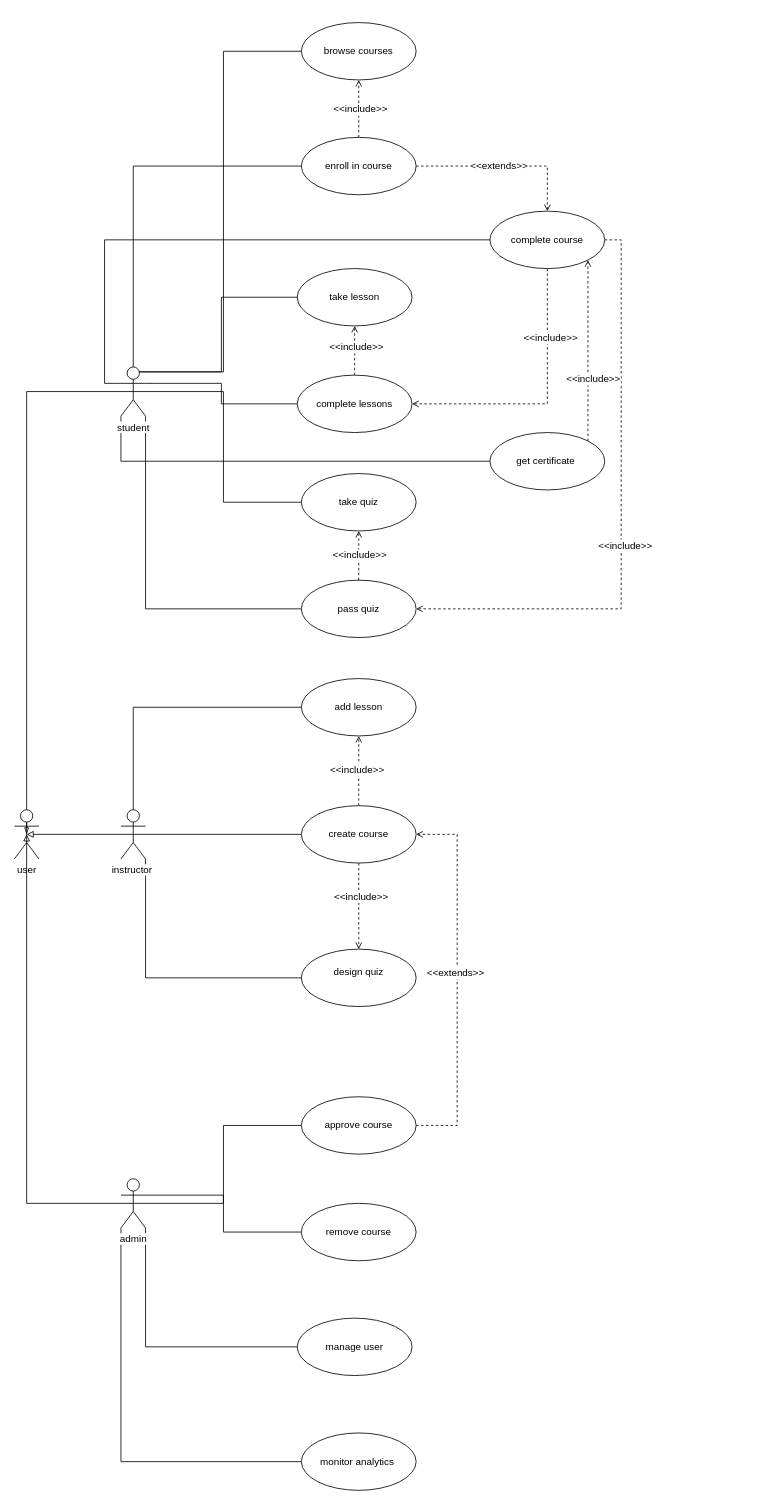
catray05/prog2_lab6 keeps this draw.io diagram as case digram.drawio. Above is the earlier version. Source tidied: cells renumbered, new cells numbered last; positions are measured from the earlier drawing's top-left corner, leaving out a move shared by most shapes. Both pictures are drawn from the tidied source at 82%, with x=0, y=0 at pixel (14, 22).
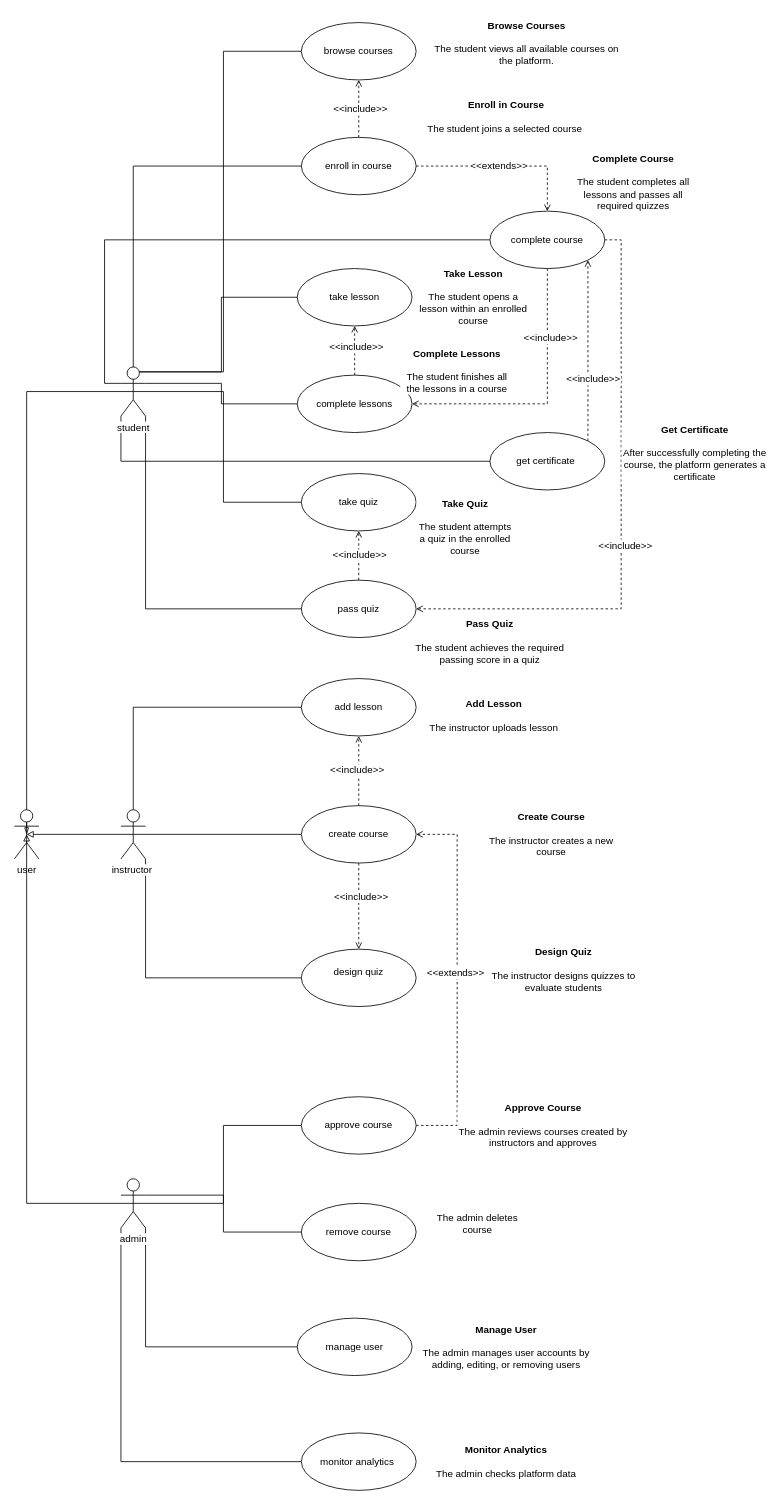
After the change.

Commit message:
Briefly described each use case

Diff of the diagram source:
```diff
@@
+    <mxCell id="61" value="&lt;strong&gt;Browse Courses&lt;/strong&gt;&lt;br&gt;&lt;br&gt;The student views all available courses on the platform.&lt;br&gt;" style="text;html=1;whiteSpace=wrap;strokeColor=none;fillColor=none;align=center;verticalAlign=middle;rounded=0;fontFamily=Helvetica;fontSize=12;fontColor=default;labelBackgroundColor=default;" parent="1" vertex="1">
+      <mxGeometry x="510" y="-10" width="230" height="70" as="geometry" />
+    </mxCell>
+    <mxCell id="62" value="&lt;strong&gt;Enroll in Course&lt;/strong&gt;&lt;br&gt;&lt;br&gt;The student joins a selected course&amp;nbsp;" style="text;html=1;whiteSpace=wrap;strokeColor=none;fillColor=none;align=center;verticalAlign=middle;rounded=0;fontFamily=Helvetica;fontSize=12;fontColor=default;labelBackgroundColor=default;" parent="1" vertex="1">
+      <mxGeometry x="485" y="100" width="230" height="30" as="geometry" />
+    </mxCell>
+    <mxCell id="63" value="&lt;strong&gt;Take Lesson&lt;/strong&gt;&lt;br&gt;&lt;br&gt;The student opens a lesson within an enrolled course" style="text;html=1;whiteSpace=wrap;strokeColor=none;fillColor=none;align=center;verticalAlign=middle;rounded=0;fontFamily=Helvetica;fontSize=12;fontColor=default;labelBackgroundColor=default;" parent="1" vertex="1">
+      <mxGeometry x="490" y="320" width="140" height="30" as="geometry" />
+    </mxCell>
+    <mxCell id="64" value="&lt;strong&gt;Complete Lessons&lt;/strong&gt;&lt;br&gt;&lt;br/&gt;The student finishes all the lessons in a course" style="text;html=1;whiteSpace=wrap;strokeColor=none;fillColor=none;align=center;verticalAlign=middle;rounded=0;fontFamily=Helvetica;fontSize=12;fontColor=default;labelBackgroundColor=default;" parent="1" vertex="1">
+      <mxGeometry x="470" y="410" width="140" height="30" as="geometry" />
+    </mxCell>
+    <mxCell id="65" value="&lt;strong&gt;Take Quiz&lt;/strong&gt;&lt;br&gt;&lt;br/&gt;The student attempts a quiz in the enrolled course" style="text;html=1;whiteSpace=wrap;strokeColor=none;fillColor=none;align=center;verticalAlign=middle;rounded=0;fontFamily=Helvetica;fontSize=12;fontColor=default;labelBackgroundColor=default;" parent="1" vertex="1">
+      <mxGeometry x="490" y="600" width="120" height="30" as="geometry" />
+    </mxCell>
+    <mxCell id="66" value="&lt;strong&gt;Pass Quiz&lt;/strong&gt;&lt;br&gt;&lt;br/&gt;The student achieves the required passing score in a quiz" style="text;html=1;whiteSpace=wrap;strokeColor=none;fillColor=none;align=center;verticalAlign=middle;rounded=0;fontFamily=Helvetica;fontSize=12;fontColor=default;labelBackgroundColor=default;" parent="1" vertex="1">
+      <mxGeometry x="485" y="740" width="190" height="30" as="geometry" />
+    </mxCell>
+    <mxCell id="67" value="&lt;strong&gt;Complete Course&lt;/strong&gt;&lt;br&gt;&lt;br/&gt;The student completes all lessons and passes all required quizzes" style="text;html=1;whiteSpace=wrap;strokeColor=none;fillColor=none;align=center;verticalAlign=middle;rounded=0;fontFamily=Helvetica;fontSize=12;fontColor=default;labelBackgroundColor=default;" parent="1" vertex="1">
+      <mxGeometry x="680" y="180" width="150" height="30" as="geometry" />
+    </mxCell>
+    <mxCell id="68" value="&lt;strong&gt;Get Certificate&lt;/strong&gt;&lt;br&gt;&lt;br/&gt;After successfully completing the course, the platform generates a certificate" style="text;html=1;whiteSpace=wrap;strokeColor=none;fillColor=none;align=center;verticalAlign=middle;rounded=0;fontFamily=Helvetica;fontSize=12;fontColor=default;labelBackgroundColor=default;" parent="1" vertex="1">
+      <mxGeometry x="740" y="510" width="180" height="30" as="geometry" />
+    </mxCell>
+    <mxCell id="69" value="&lt;strong&gt;Create Course&lt;/strong&gt;&lt;br&gt;&lt;br/&gt;The instructor creates a new course" style="text;html=1;whiteSpace=wrap;strokeColor=none;fillColor=none;align=center;verticalAlign=middle;rounded=0;fontFamily=Helvetica;fontSize=12;fontColor=default;labelBackgroundColor=default;" parent="1" vertex="1">
+      <mxGeometry x="560" y="975" width="190" height="30" as="geometry" />
+    </mxCell>
+    <mxCell id="70" value="&lt;strong&gt;Add Lesson&lt;/strong&gt;&lt;br&gt;&lt;br/&gt;The instructor uploads lesson" style="text;html=1;whiteSpace=wrap;strokeColor=none;fillColor=none;align=center;verticalAlign=middle;rounded=0;fontFamily=Helvetica;fontSize=12;fontColor=default;labelBackgroundColor=default;" parent="1" vertex="1">
+      <mxGeometry x="490" y="830" width="190" height="30" as="geometry" />
+    </mxCell>
+    <mxCell id="71" value="&lt;strong&gt;Design Quiz&lt;/strong&gt;&lt;br&gt;&lt;br/&gt;The instructor designs quizzes to evaluate students" style="text;html=1;whiteSpace=wrap;strokeColor=none;fillColor=none;align=center;verticalAlign=middle;rounded=0;fontFamily=Helvetica;fontSize=12;fontColor=default;labelBackgroundColor=default;" parent="1" vertex="1">
+      <mxGeometry x="580" y="1140" width="180" height="30" as="geometry" />
+    </mxCell>
+    <mxCell id="72" value="&lt;strong&gt;Approve Course&lt;/strong&gt;&lt;br&gt;&lt;br/&gt;The admin reviews courses created by instructors and approves" style="text;html=1;whiteSpace=wrap;strokeColor=none;fillColor=none;align=center;verticalAlign=middle;rounded=0;fontFamily=Helvetica;fontSize=12;fontColor=default;labelBackgroundColor=default;" parent="1" vertex="1">
+      <mxGeometry x="540" y="1330" width="210" height="30" as="geometry" />
+    </mxCell>
+    <mxCell id="73" value="The admin deletes course" style="text;html=1;whiteSpace=wrap;strokeColor=none;fillColor=none;align=center;verticalAlign=middle;rounded=0;fontFamily=Helvetica;fontSize=12;fontColor=default;labelBackgroundColor=default;" parent="1" vertex="1">
+      <mxGeometry x="500" y="1450" width="130" height="30" as="geometry" />
+    </mxCell>
+    <mxCell id="74" value="&lt;strong&gt;Monitor Analytics&lt;/strong&gt;&lt;br&gt;&lt;br/&gt;The admin checks platform data" style="text;html=1;whiteSpace=wrap;strokeColor=none;fillColor=none;align=center;verticalAlign=middle;rounded=0;fontFamily=Helvetica;fontSize=12;fontColor=default;labelBackgroundColor=default;" parent="1" vertex="1">
+      <mxGeometry x="510" y="1740" width="180" height="30" as="geometry" />
+    </mxCell>
+    <mxCell id="75" value="&lt;strong&gt;Manage User&lt;/strong&gt;&lt;br&gt;&lt;br/&gt;The admin manages user accounts by adding, editing, or removing users" style="text;html=1;whiteSpace=wrap;strokeColor=none;fillColor=none;align=center;verticalAlign=middle;rounded=0;fontFamily=Helvetica;fontSize=12;fontColor=default;labelBackgroundColor=default;" parent="1" vertex="1">
+      <mxGeometry x="495" y="1600" width="210" height="30" as="geometry" />
+    </mxCell>
```
